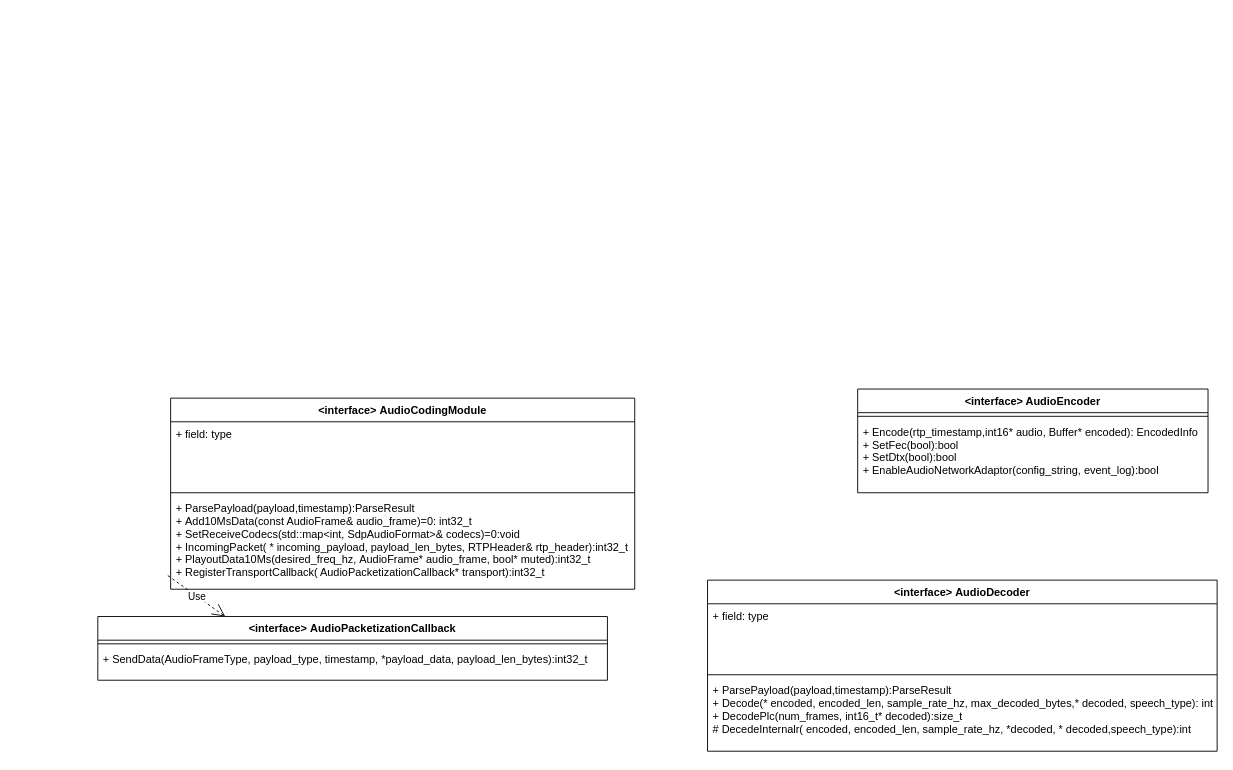
shichaog/webrtc keeps this draw.io diagram as modules/audio_coding/audio_coding.drawio. Above is the earlier version. Source tidied: cells renumbered, new cells numbered last; positions are measured from the earlier drawing's top-left corner, leaving out a move shared by most shapes. Both pictures are drawn from the tidied source at 91%, with x=0, y=0 at pixel (97, 389).
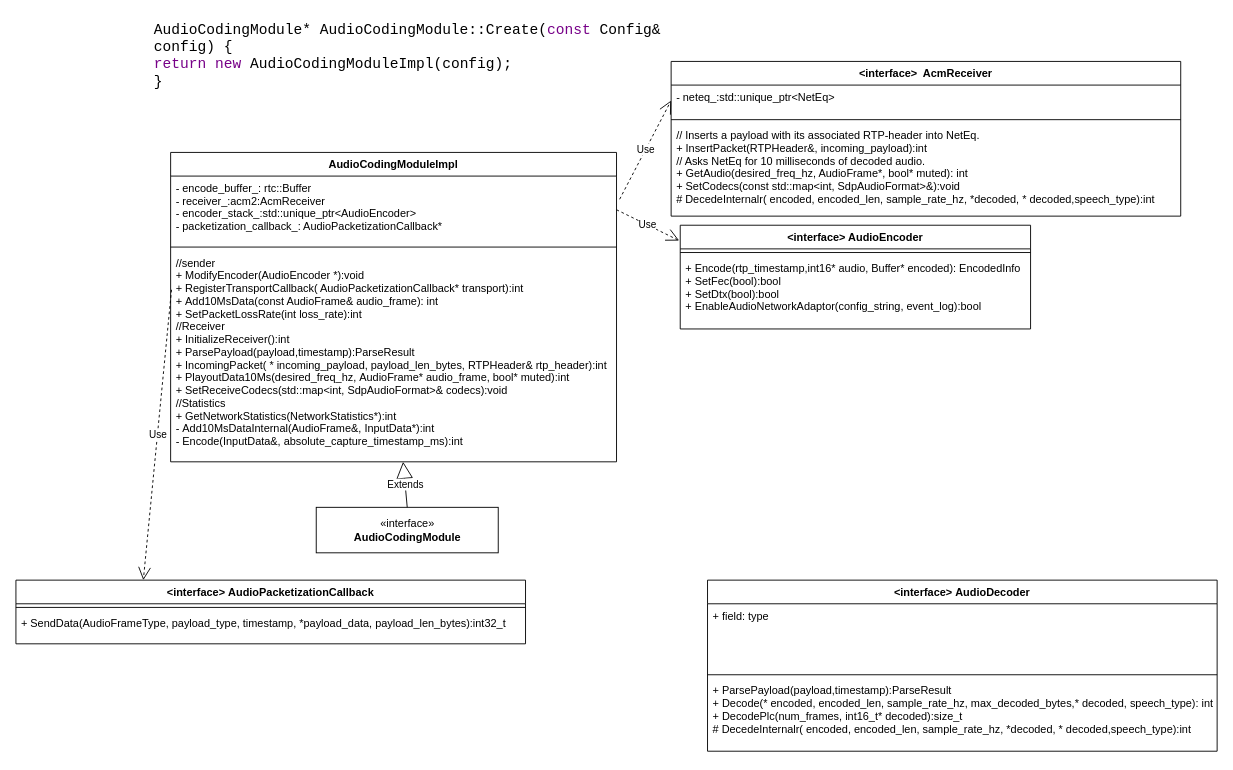
After the change.

The edit, as a diff of the source:
```diff
@@
     <mxCell id="2" value="&lt;interface&gt; AudioEncoder " style="swimlane;fontStyle=1;align=center;verticalAlign=top;horizontal=1;startSize=26;" parent="1" vertex="1">
-      <mxGeometry x="835" width="385" height="114" as="geometry" />
+      <mxGeometry x="640" y="-180" width="385" height="114" as="geometry" />
     </mxCell>
@@
-    <mxCell id="9" value="&lt;interface&gt; AudioCodingModule" style="swimlane;fontStyle=1;align=center;verticalAlign=top;horizontal=1;startSize=26;" parent="1" vertex="1">
-      <mxGeometry x="80" y="10" width="510" height="210" as="geometry" />
-    </mxCell>
-    <mxCell id="10" value="+ field: type" style="text;strokeColor=none;fillColor=none;align=left;verticalAlign=top;spacingLeft=4;spacingRight=4;overflow=hidden;" parent="9" vertex="1">
-      <mxGeometry y="26" width="510" height="74" as="geometry" />
-    </mxCell>
-    <mxCell id="11" style="line;strokeWidth=1;fillColor=none;align=left;verticalAlign=middle;spacingTop=-1;spacingLeft=3;spacingRight=3;labelPosition=right;" parent="9" vertex="1">
-      <mxGeometry y="100" width="510" height="8" as="geometry" />
-    </mxCell>
-    <mxCell id="12" value="+ ParsePayload(payload,timestamp):ParseResult&#10;+ Add10MsData(const AudioFrame&amp; audio_frame)=0: int32_t&#10;+ SetReceiveCodecs(std::map&lt;int, SdpAudioFormat&gt;&amp; codecs)=0:void&#10;+ IncomingPacket( * incoming_payload, payload_len_bytes, RTPHeader&amp; rtp_header):int32_t&#10;+ PlayoutData10Ms(desired_freq_hz, AudioFrame* audio_frame, bool* muted):int32_t&#10;+ RegisterTransportCallback( AudioPacketizationCallback* transport):int32_t" style="text;strokeColor=none;fillColor=none;align=left;verticalAlign=top;spacingLeft=4;spacingRight=4;overflow=hidden;points=[[0,0.5],[1,0.5]];portConstraint=eastwest;" parent="9" vertex="1">
-      <mxGeometry y="108" width="510" height="102" as="geometry" />
-    </mxCell>
     <mxCell id="13" value="&lt;interface&gt; AudioPacketizationCallback" style="swimlane;fontStyle=1;align=center;verticalAlign=top;horizontal=1;startSize=26;" parent="1" vertex="1">
-      <mxGeometry y="250" width="560" height="70" as="geometry" />
+      <mxGeometry x="-90" y="210" width="560" height="70" as="geometry" />
     </mxCell>
@@
-    <mxCell id="16" value="Use" style="endArrow=open;endSize=12;dashed=1;html=1;rounded=0;entryX=0.25;entryY=0;entryDx=0;entryDy=0;exitX=-0.006;exitY=0.853;exitDx=0;exitDy=0;exitPerimeter=0;" parent="1" edge="1" source="12" target="13">
+    <mxCell id="16" value="Use" style="endArrow=open;endSize=12;dashed=1;html=1;rounded=0;entryX=0.25;entryY=0;entryDx=0;entryDy=0;exitX=0.002;exitY=0.185;exitDx=0;exitDy=0;exitPerimeter=0;" parent="1" edge="1" source="20" target="13">
       <mxGeometry relative="1" as="geometry" />
     </mxCell>
+    <mxCell id="17" value="AudioCodingModuleImpl" style="swimlane;fontStyle=1;align=center;verticalAlign=top;horizontal=1;startSize=26;" parent="1" vertex="1">
+      <mxGeometry x="80" y="-260" width="490" height="340" as="geometry" />
+    </mxCell>
+    <mxCell id="18" value="- encode_buffer_: rtc::Buffer&#10;- receiver_:acm2:AcmReceiver&#10;- encoder_stack_:std::unique_ptr&lt;AudioEncoder&gt;&#10;- packetization_callback_: AudioPacketizationCallback*" style="text;strokeColor=none;fillColor=none;align=left;verticalAlign=top;spacingLeft=4;spacingRight=4;overflow=hidden;points=[[0,0.5],[1,0.5]];portConstraint=eastwest;" parent="17" vertex="1">
+      <mxGeometry y="26" width="490" height="74" as="geometry" />
+    </mxCell>
+    <mxCell id="19" style="line;strokeWidth=1;fillColor=none;align=left;verticalAlign=middle;spacingTop=-1;spacingLeft=3;spacingRight=3;labelPosition=right;" parent="17" vertex="1">
+      <mxGeometry y="100" width="490" height="8" as="geometry" />
+    </mxCell>
+    <mxCell id="20" value="//sender&#10;+ ModifyEncoder(AudioEncoder *):void&#10;+ RegisterTransportCallback( AudioPacketizationCallback* transport):int&#10;+ Add10MsData(const AudioFrame&amp; audio_frame): int&#10;+ SetPacketLossRate(int loss_rate):int&#10;//Receiver&#10;+ InitializeReceiver():int&#10;+ ParsePayload(payload,timestamp):ParseResult&#10;+ IncomingPacket( * incoming_payload, payload_len_bytes, RTPHeader&amp; rtp_header):int&#10;+ PlayoutData10Ms(desired_freq_hz, AudioFrame* audio_frame, bool* muted):int&#10;+ SetReceiveCodecs(std::map&lt;int, SdpAudioFormat&gt;&amp; codecs):void&#10;//Statistics&#10;+ GetNetworkStatistics(NetworkStatistics*):int&#10;- Add10MsDataInternal(AudioFrame&amp;, InputData*):int&#10;- Encode(InputData&amp;, absolute_capture_timestamp_ms):int" style="text;strokeColor=none;fillColor=none;align=left;verticalAlign=top;spacingLeft=4;spacingRight=4;overflow=hidden;points=[[0,0.5],[1,0.5]];portConstraint=eastwest;" parent="17" vertex="1">
+      <mxGeometry y="108" width="490" height="232" as="geometry" />
+    </mxCell>
+    <mxCell id="21" value="«interface»&lt;br&gt;&lt;span style=&quot;font-weight: 700;&quot;&gt;AudioCodingModule&lt;/span&gt;" style="html=1;" parent="1" vertex="1">
+      <mxGeometry x="240" y="130" width="200" height="50" as="geometry" />
+    </mxCell>
+    <mxCell id="22" value="Extends" style="endArrow=block;endSize=16;endFill=0;html=1;rounded=0;exitX=0.5;exitY=0;exitDx=0;exitDy=0;" parent="1" edge="1" source="21" target="20">
+      <mxGeometry relative="1" as="geometry" />
+    </mxCell>
+    <mxCell id="23" value="Use" style="endArrow=open;endSize=12;dashed=1;html=1;rounded=0;exitX=1;exitY=0.5;exitDx=0;exitDy=0;entryX=-0.003;entryY=0.148;entryDx=0;entryDy=0;entryPerimeter=0;" parent="1" edge="1" source="18" target="2">
+      <mxGeometry relative="1" as="geometry" />
+    </mxCell>
+    <mxCell id="24" value="&lt;div style=&quot;margin: 0px; padding: 0px; box-sizing: border-box; border-color: var(--border); color: rgb(0, 0, 0); font-family: monospace; font-size: medium; font-style: normal; font-variant-ligatures: normal; font-variant-caps: normal; font-weight: 400; letter-spacing: normal; orphans: 2; text-align: start; text-indent: 0px; text-transform: none; widows: 2; word-spacing: 0px; -webkit-text-stroke-width: 0px; background-color: rgb(255, 255, 255); text-decoration-thickness: initial; text-decoration-style: initial; text-decoration-color: initial;&quot;&gt;&lt;a style=&quot;margin: 0px; padding: 0px; box-sizing: border-box; border-color: var(--border); color: inherit; text-decoration: none;&quot; href=&quot;https://source.chromium.org/chromium/chromium/src/+/main:third_party/webrtc/modules/audio_coding/include/audio_coding_module.h;drc=76379e9fb5dea073e8f836bc8eebfdb3ebc58748;l=62&quot; class=&quot;semantic-decoration&quot;&gt;AudioCodingModule&lt;/a&gt;* &lt;a style=&quot;margin: 0px; padding: 0px; box-sizing: border-box; border-color: var(--border); color: inherit; text-decoration: none;&quot; href=&quot;https://source.chromium.org/chromium/chromium/src/+/main:third_party/webrtc/modules/audio_coding/include/audio_coding_module.h;drc=76379e9fb5dea073e8f836bc8eebfdb3ebc58748;l=62&quot; class=&quot;semantic-decoration&quot;&gt;AudioCodingModule&lt;/a&gt;::&lt;a style=&quot;margin: 0px; padding: 0px; box-sizing: border-box; border-color: var(--border); color: inherit; text-decoration: none;&quot; href=&quot;https://source.chromium.org/chromium/chromium/src/+/main:third_party/webrtc/modules/audio_coding/acm2/audio_coding_module.cc;bpv=1;bpt=1;l=633?gsn=Create&amp;amp;gs=kythe%3A%2F%2Fchromium.googlesource.com%2Fchromium%2Fsrc%3Flang%3Dc%252B%252B%3Fpath%3Dthird_party%2Fwebrtc%2Fmodules%2Faudio_coding%2Finclude%2Faudio_coding_module.h%23F8fGJ2MseK1wsZq0QnyrMok6Rql_pZHuTZtGzEwraoM&amp;amp;gs=kythe%3A%2F%2Fchromium.googlesource.com%2Fchromium%2Fsrc%3Flang%3Dc%252B%252B%3Fpath%3Dthird_party%2Fwebrtc%2Fmodules%2Faudio_coding%2Facm2%2Faudio_coding_module.cc%23nBngZtx-QH05G2UzwvxuWPYd8BjfpdEklOp6wA-rYJo&quot; class=&quot;semantic-decoration&quot;&gt;Create&lt;/a&gt;(&lt;span style=&quot;margin: 0px; padding: 0px; box-sizing: border-box; border-color: var(--border); color: rgb(119, 0, 136);&quot; class=&quot;cm-keyword&quot;&gt;const&lt;/span&gt; &lt;a style=&quot;margin: 0px; padding: 0px; box-sizing: border-box; border-color: var(--border); color: inherit; text-decoration: none;&quot; href=&quot;https://source.chromium.org/chromium/chromium/src/+/main:third_party/webrtc/modules/audio_coding/include/audio_coding_module.h;drc=76379e9fb5dea073e8f836bc8eebfdb3ebc58748;l=67&quot; class=&quot;semantic-decoration&quot;&gt;Config&lt;/a&gt;&amp;amp; &lt;a style=&quot;margin: 0px; padding: 0px; box-sizing: border-box; border-color: var(--border); color: inherit; text-decoration: none;&quot; href=&quot;https://source.chromium.org/chromium/chromium/src/+/main:third_party/webrtc/modules/audio_coding/acm2/audio_coding_module.cc;bpv=1;bpt=1;l=633?gsn=config&amp;amp;gs=kythe%3A%2F%2Fchromium.googlesource.com%2Fchromium%2Fsrc%3Flang%3Dc%252B%252B%3Fpath%3Dthird_party%2Fwebrtc%2Fmodules%2Faudio_coding%2Facm2%2Faudio_coding_module.cc%23T8fj958GVJ9NlKvX4RsOz5sP8joxjSWpIcE_AKRXaZc&quot; class=&quot;semantic-decoration&quot;&gt;config&lt;/a&gt;) {&#10;&lt;/div&gt;&lt;div style=&quot;margin: 0px; padding: 0px; box-sizing: border-box; border-color: var(--border); color: rgb(0, 0, 0); font-family: monospace; font-size: medium; font-style: normal; font-variant-ligatures: normal; font-variant-caps: normal; font-weight: 400; letter-spacing: normal; orphans: 2; text-align: start; text-indent: 0px; text-transform: none; widows: 2; word-spacing: 0px; -webkit-text-stroke-width: 0px; background-color: rgb(255, 255, 255); text-decoration-thickness: initial; text-decoration-style: initial; text-decoration-color: initial;&quot;&gt;  &lt;span style=&quot;margin: 0px; padding: 0px; box-sizing: border-box; border-color: var(--border); color: rgb(119, 0, 136);&quot; class=&quot;cm-keyword&quot;&gt;return&lt;/span&gt; &lt;a style=&quot;margin: 0px; padding: 0px; box-sizing: border-box; border-color: var(--border); color: inherit; text-decoration: none;&quot; href=&quot;https://source.chromium.org/chromium/chromium/src/+/main:third_party/webrtc/modules/audio_coding/acm2/audio_coding_module.cc;bpv=1;bpt=1;l=634?gsn=new&amp;amp;gs=kythe%3A%2F%2Fchromium.googlesource.com%2Fchromium%2Fsrc%3Flang%3Dc%252B%252B%3Fpath%3Dbuildtools%2Fthird_party%2Flibc%252B%252B%2Ftrunk%2Finclude%2Fnew%23kUFs2E7a-jTML_oS2d9v8jmuoQdyoppxUDAiKhZxcj4&amp;amp;gs=kythe%3A%2F%2Fchromium.googlesource.com%2Fchromium%2Fsrc%3Flang%3Dc%252B%252B%3Fpath%3Dvs_files%2F1023ce2e82%2FVC%2FTools%2FMSVC%2F14.29.30133%2Finclude%2Fvcruntime_new.h%3Froot%3Dthird_party%2Fdepot_tools%2Fwin_toolchain%23N0r7npL2ZCodSO1kizE9t0r4j51BspoDCOxX3RkWIEo&quot; class=&quot;semantic-decoration&quot;&gt;&lt;span style=&quot;margin: 0px; padding: 0px; box-sizing: border-box; border-color: var(--border); color: rgb(119, 0, 136);&quot; class=&quot;cm-keyword&quot;&gt;new&lt;/span&gt;&lt;/a&gt; &lt;a style=&quot;margin: 0px; padding: 0px; box-sizing: border-box; border-color: var(--border); color: inherit; text-decoration: none;&quot; href=&quot;https://source.chromium.org/chromium/chromium/src/+/main:third_party/webrtc/modules/audio_coding/acm2/audio_coding_module.cc;drc=76379e9fb5dea073e8f836bc8eebfdb3ebc58748;l=209&quot; class=&quot;semantic-decoration&quot;&gt;AudioCodingModuleImpl&lt;/a&gt;(&lt;a style=&quot;margin: 0px; padding: 0px; box-sizing: border-box; border-color: var(--border); color: inherit; text-decoration: none;&quot; href=&quot;https://source.chromium.org/chromium/chromium/src/+/main:third_party/webrtc/modules/audio_coding/acm2/audio_coding_module.cc;drc=76379e9fb5dea073e8f836bc8eebfdb3ebc58748;l=633&quot; class=&quot;semantic-decoration&quot;&gt;config&lt;/a&gt;);&#10;&lt;/div&gt;&lt;div style=&quot;margin: 0px; padding: 0px; box-sizing: border-box; border-color: var(--border); color: rgb(0, 0, 0); font-family: monospace; font-size: medium; font-style: normal; font-variant-ligatures: normal; font-variant-caps: normal; font-weight: 400; letter-spacing: normal; orphans: 2; text-align: start; text-indent: 0px; text-transform: none; widows: 2; word-spacing: 0px; -webkit-text-stroke-width: 0px; background-color: rgb(255, 255, 255); text-decoration-thickness: initial; text-decoration-style: initial; text-decoration-color: initial;&quot;&gt;}&lt;/div&gt;" style="text;whiteSpace=wrap;html=1;" parent="1" vertex="1">
+      <mxGeometry x="60" y="-410" width="560" height="90" as="geometry" />
+    </mxCell>
+    <mxCell id="25" value="&lt;interface&gt;  AcmReceiver" style="swimlane;fontStyle=1;align=center;verticalAlign=top;horizontal=1;startSize=26;" parent="1" vertex="1">
+      <mxGeometry x="630" y="-360" width="560" height="170" as="geometry" />
+    </mxCell>
+    <mxCell id="26" value="- neteq_:std::unique_ptr&lt;NetEq&gt;" style="text;strokeColor=none;fillColor=none;align=left;verticalAlign=top;spacingLeft=4;spacingRight=4;overflow=hidden;points=[[0,0.5],[1,0.5]];portConstraint=eastwest;" parent="25" vertex="1">
+      <mxGeometry y="26" width="560" height="34" as="geometry" />
+    </mxCell>
+    <mxCell id="27" style="line;strokeWidth=1;fillColor=none;align=left;verticalAlign=middle;spacingTop=-1;spacingLeft=3;spacingRight=3;labelPosition=right;" parent="25" vertex="1">
+      <mxGeometry y="60" width="560" height="8" as="geometry" />
+    </mxCell>
+    <mxCell id="28" value="// Inserts a payload with its associated RTP-header into NetEq.&#10;+ InsertPacket(RTPHeader&amp;, incoming_payload):int&#10;// Asks NetEq for 10 milliseconds of decoded audio.&#10;+ GetAudio(desired_freq_hz, AudioFrame*, bool* muted): int&#10;+ SetCodecs(const std::map&lt;int, SdpAudioFormat&gt;&amp;):void&#10;# DecedeInternalr( encoded, encoded_len, sample_rate_hz, *decoded, * decoded,speech_type):int" style="text;strokeColor=none;fillColor=none;align=left;verticalAlign=top;spacingLeft=4;spacingRight=4;overflow=hidden;" parent="25" vertex="1">
+      <mxGeometry y="68" width="560" height="102" as="geometry" />
+    </mxCell>
+    <mxCell id="29" value="Use" style="endArrow=open;endSize=12;dashed=1;html=1;rounded=0;exitX=1.007;exitY=0.344;exitDx=0;exitDy=0;entryX=0;entryY=0.5;entryDx=0;entryDy=0;exitPerimeter=0;" parent="1" edge="1" source="18" target="26">
+      <mxGeometry relative="1" as="geometry" />
+    </mxCell>
```
